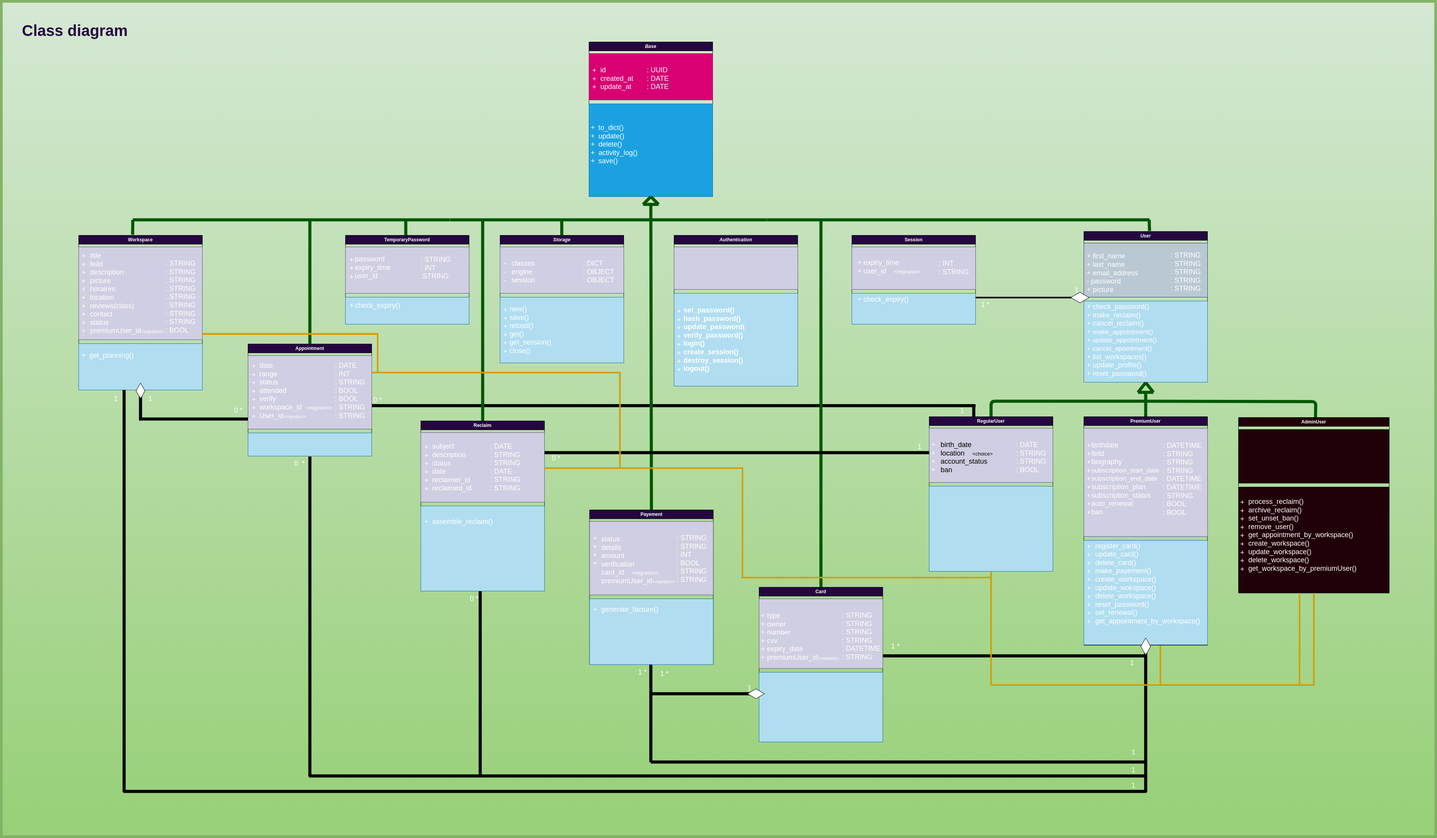
Kolapo-code/Booker keeps this draw.io diagram as UML/Class_diagram/Png/Class_diagram_v3.png. Above is the earlier version. Source tidied: cells renumbered, new cells last; positions are measured from the earlier drawing's top-left corner, leaving out a move shared by most shapes.
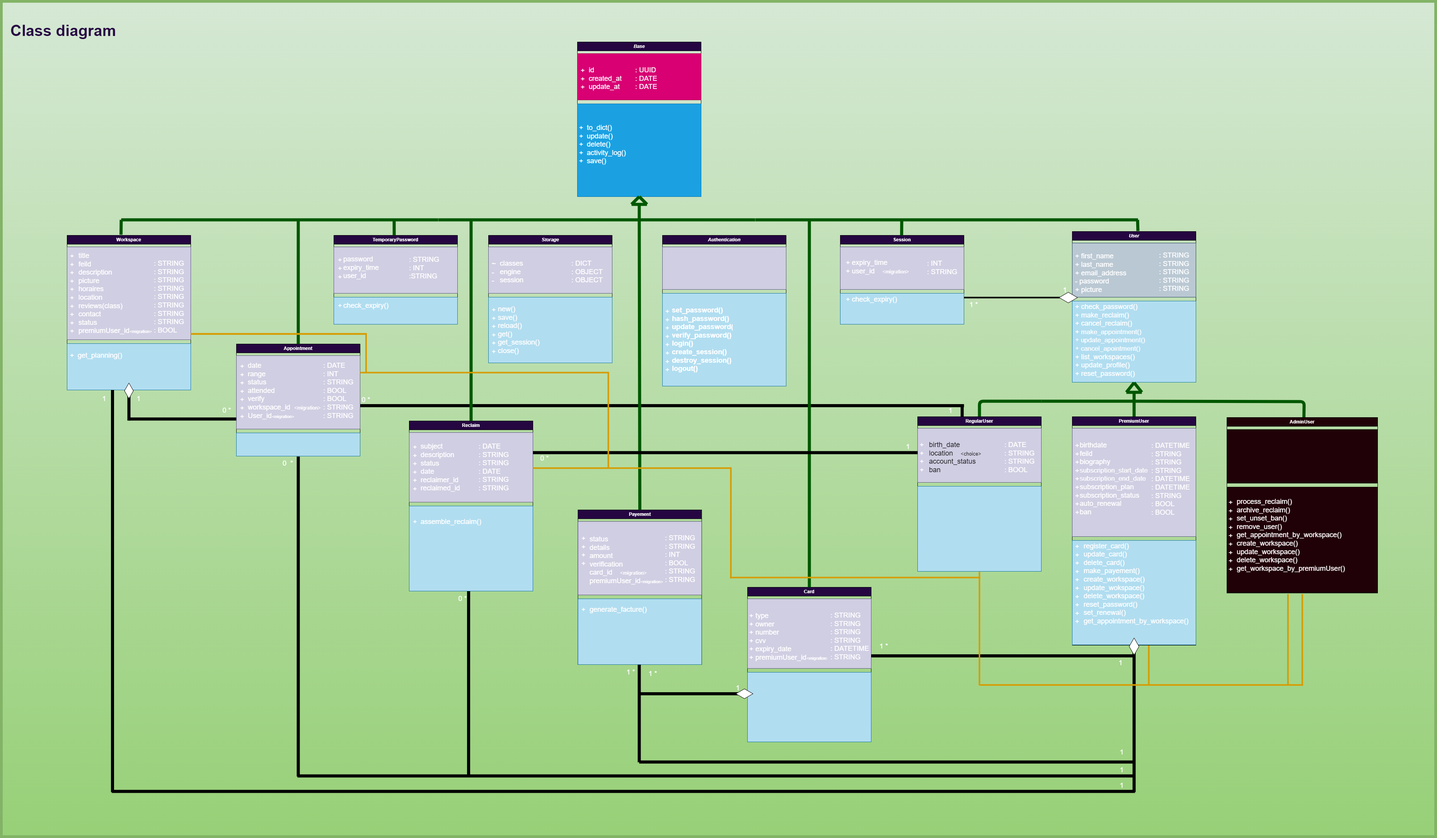
The same diagram one commit later.

Commit message:
done with user schema

Change to the diagram source:
```diff
@@ -3,7 +3,7 @@
     <mxCell id="0" />
     <mxCell id="1" parent="0" />
     <mxCell id="2" style="rounded=0;whiteSpace=wrap;html=1;strokeWidth=7;fontSize=18;fillColor=#d5e8d4;strokeColor=#82b366;gradientColor=#97d077;" parent="1" vertex="1">
-      <mxGeometry x="202" width="3710" height="2160" as="geometry" />
+      <mxGeometry x="232" width="3710" height="2160" as="geometry" />
     </mxCell>
     <mxCell id="3" style="line;strokeWidth=8;html=1;fontSize=18;rotation=90;fontColor=#ffffff;" parent="1" vertex="1">
       <mxGeometry x="523.2" y="1038.8" width="77.5" height="13" as="geometry" />
@@ -547,12 +547,6 @@
         <mxPoint x="1248" y="565" as="sourcePoint" />
       </mxGeometry>
     </mxCell>
-    <mxCell id="163" style="endArrow=none;html=1;strokeColor=#005700;strokeWidth=8;fontColor=#ffffff;fillColor=#008a00;entryX=0.488;entryY=-0.001;entryDx=0;entryDy=0;entryPerimeter=0;" parent="1" edge="1">
-      <mxGeometry relative="1" as="geometry">
-        <mxPoint x="1651.5" y="565.2" as="sourcePoint" />
-        <mxPoint x="1651.7" y="605" as="targetPoint" />
-      </mxGeometry>
-    </mxCell>
     <mxCell id="164" style="html=1;whiteSpace=wrap;shape=isoRectangle;rotation=-180;" parent="1" vertex="1">
       <mxGeometry x="2132" y="1777.2" width="44.2" height="26.5" as="geometry" />
     </mxCell>
@@ -607,5 +601,11 @@
     <mxCell id="181" style="line;strokeWidth=4;html=1;fontSize=18;rotation=-180;strokeColor=#d79b00;fillColor=#ffcd28;gradientColor=#ffa500;" parent="179" vertex="1">
       <mxGeometry y="10" width="647" height="10" as="geometry" />
     </mxCell>
+    <mxCell id="182" style="endArrow=none;html=1;strokeColor=#005700;strokeWidth=8;fontSize=13;fontColor=#ffffff;fillColor=#008a00;" parent="1" edge="1">
+      <mxGeometry relative="1" as="geometry">
+        <mxPoint x="2560.7" y="605" as="sourcePoint" />
+        <mxPoint x="2561" y="565" as="targetPoint" />
+      </mxGeometry>
+    </mxCell>
   </root>
 </mxGraphModel>
```
